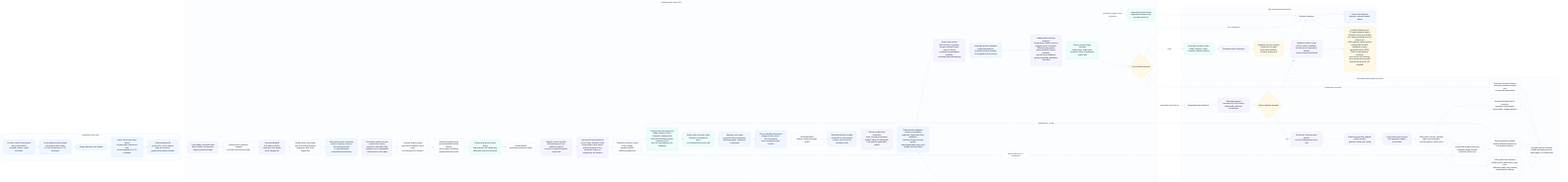
Before: odylith/atlas/source/domain-intelligence-greenfield-governance.png, a diagram exported from Mermaid (odylith/odylith). Its source is kept beside it as odylith/atlas/source/domain-intelligence-greenfield-governance.mmd.
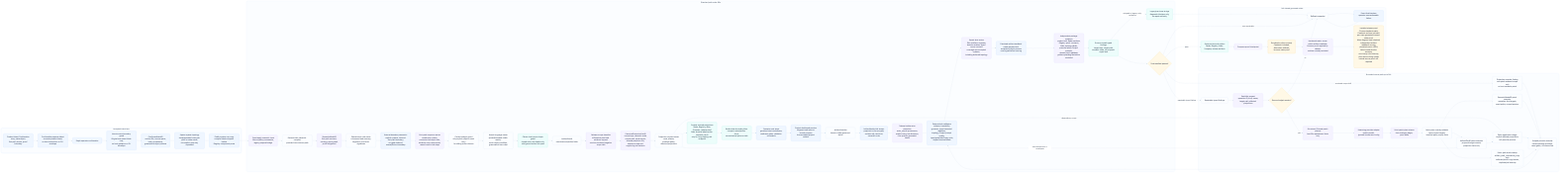
After the commit.

Diff of the diagram source:
```diff
@@ -6,6 +6,8 @@
       confirm["Single operator confirmation"]
       source_guard["Intent source boundary guard<br/>Original user intent block only,<br/>no host guidance or CLI envelope"]
       confirmed_ir["ConfirmedIntentIR<br/>section IDs, source spans,<br/>hash, provenance,<br/>grammatical object phrases"]
+      sparse_systems["Sparse system topology<br/>terse/generated rows gain proof or state owner,<br/>rich explicit rows stay unpadded"]
+      public_system_copy["Public system-row copy<br/>compiler labels stripped before<br/>Registry component prose"]
     end
 
     subgraph standard_lane["Standard path under 60s"]
@@ -67,8 +69,8 @@
       release_matrix["Installed release proof<br/>13-case standard matrix,<br/>Casebook surface included,<br/>per-case generated browser state proof,<br/>Atlas diagram state checked,<br/>independent artifact readback scoring,<br/>persisted matrix JSON,<br/>failed-create blocker excerpts,<br/>strict temp-root cleanup,<br/>plus rescue wiring smoke<br/>natural rescue proof still required"]
     end
 
-    visible_intent --> confirmable_stdout --> confirm --> source_guard --> confirmed_ir
-    confirmed_ir --> apply_input --> compiler --> semantic_ir --> actor_role_owner --> external_boundary --> sequence_owner --> subject_carry_guard --> result_language --> prose_shape_guard --> artifact_plan --> release_scope --> canonical_facts --> projection_contract --> projections --> state_boundary_titles --> next_steps --> project_dashboard --> draft_set
+    visible_intent --> confirmable_stdout --> confirm --> source_guard --> confirmed_ir --> sparse_systems --> public_system_copy
+    public_system_copy --> apply_input --> compiler --> semantic_ir --> actor_role_owner --> external_boundary --> sequence_owner --> subject_carry_guard --> result_language --> prose_shape_guard --> artifact_plan --> release_scope --> canonical_facts --> projection_contract --> projections --> state_boundary_titles --> next_steps --> project_dashboard --> draft_set
     draft_set --> artifact_units --> visible_actor_projection --> validators --> expert_lenses --> persisted_readback --> evidence_readback --> typed_findings --> final_manifest
     typed_findings -- "untyped or legacy-only evidence" --> legacy_blockers --> rollback
     final_manifest -- "pass" --> writes --> proof_log --> surface_custody --> matrix_scorer --> release_matrix
@@ -92,7 +94,7 @@
     classDef standard fill:#F8FAFC,stroke:#CBD5E1,color:#17233A,stroke-width:1.2px;
     classDef rescue fill:#FFF7ED,stroke:#FDBA74,color:#17233A,stroke-width:1.2px;
     classDef write fill:#F0FDF4,stroke:#86EFAC,color:#17233A,stroke-width:1.2px;
-    class visible_intent,confirmable_stdout,confirm,source_guard,confirmed_ir intent;
+    class visible_intent,confirmable_stdout,confirm,source_guard,confirmed_ir,sparse_systems,public_system_copy intent;
     class apply_input,compiler,semantic_ir,actor_role_owner,external_boundary,sequence_owner,subject_carry_guard,result_language,prose_shape_guard,artifact_plan,release_scope,canonical_facts,projection_contract,projections,state_boundary_titles,next_steps,project_dashboard,draft_set,artifact_units,visible_actor_projection,validators,expert_lenses,persisted_readback,evidence_readback,typed_findings,legacy_blockers,final_manifest standard;
     class repairable,patchset,rescue_budget,tribunal_planner,provider_adapter,strict_schema,custody_check,semantic_apply,plan_apply,scope_ledger,projection_rerender,copy_repair,rerender rescue;
     class writes,rollback,blockers,proof_log,surface_custody,matrix_scorer,release_matrix write;
```
